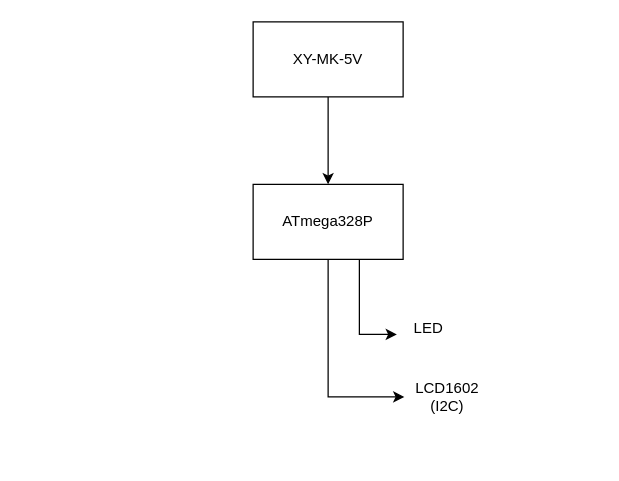
Earlier version of the draw.io diagram page "Page-5" (5 of 8) of schematy_drawio/schemat_blokowy_systemu.drawio (hanna-maliszewska/morse_communication). Source tidied: cells renumbered, new cells numbered last; positions are measured from the earlier drawing's top-left corner, leaving out a move shared by most shapes. Both pictures are drawn from the tidied source at 125%, with x=0, y=0 at pixel (252, 21).
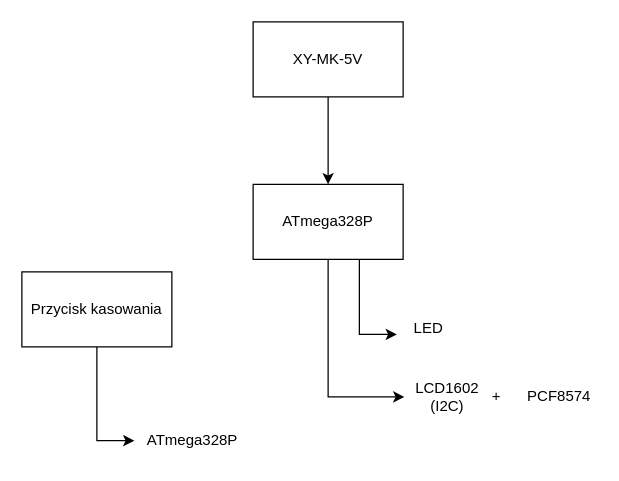
Above is the later version.

Change to the diagram source:
```diff
@@
 <mxGraphModel>
   <root>
     <mxCell id="0" />
     <mxCell id="1" parent="0" />
     <mxCell id="2" style="edgeStyle=orthogonalEdgeStyle;rounded=0;jettySize=auto;html=1;" parent="1" edge="1" source="3" target="6">
       <mxGeometry relative="1" as="geometry" />
     </mxCell>
     <mxCell id="3" value="XY-MK-5V" style="whiteSpace=wrap;html=1;" parent="1" vertex="1">
       <mxGeometry width="120" height="60" as="geometry" />
     </mxCell>
     <mxCell id="4" style="edgeStyle=orthogonalEdgeStyle;rounded=0;jettySize=auto;html=1;entryX=0.014;entryY=0.5;entryDx=0;entryDy=0;entryPerimeter=0;" parent="1" edge="1" source="6" target="8">
       <mxGeometry relative="1" as="geometry" />
     </mxCell>
     <mxCell id="5" style="edgeStyle=orthogonalEdgeStyle;rounded=0;jettySize=auto;html=1;" parent="1" edge="1" source="6">
       <mxGeometry relative="1" as="geometry">
         <mxPoint x="115" y="250" as="targetPoint" />
         <Array as="points">
           <mxPoint x="85" y="250" />
         </Array>
       </mxGeometry>
     </mxCell>
     <mxCell id="6" value="ATmega328P" style="whiteSpace=wrap;html=1;" parent="1" vertex="1">
       <mxGeometry y="130" width="120" height="60" as="geometry" />
     </mxCell>
     <mxCell id="7" value="LED" style="text;html=1;align=center;verticalAlign=middle;strokeColor=none;fillColor=none;" parent="1" vertex="1">
       <mxGeometry x="115" y="230" width="50" height="30" as="geometry" />
     </mxCell>
     <mxCell id="8" value="LCD1602&lt;br&gt;(I2C)" style="text;html=1;align=center;verticalAlign=middle;points=[];strokeColor=none;fillColor=none;" parent="1" vertex="1">
       <mxGeometry x="120" y="280" width="70" height="40" as="geometry" />
     </mxCell>
+    <mxCell id="9" value="+" style="text;html=1;whiteSpace=wrap;strokeColor=none;fillColor=none;align=center;verticalAlign=middle;rounded=0;" parent="1" vertex="1">
+      <mxGeometry x="165" y="285" width="60" height="30" as="geometry" />
+    </mxCell>
+    <mxCell id="10" value="PCF8574" style="text;html=1;whiteSpace=wrap;strokeColor=none;fillColor=none;align=center;verticalAlign=middle;rounded=0;" parent="1" vertex="1">
+      <mxGeometry x="215" y="285" width="60" height="30" as="geometry" />
+    </mxCell>
+    <mxCell id="11" style="edgeStyle=orthogonalEdgeStyle;rounded=0;jettySize=auto;html=1;exitX=0.5;exitY=1;exitDx=0;exitDy=0;entryX=0;entryY=0.5;entryDx=0;entryDy=0;" parent="1" edge="1" source="12" target="13">
+      <mxGeometry relative="1" as="geometry" />
+    </mxCell>
+    <mxCell id="12" value="Przycisk kasowania" style="whiteSpace=wrap;html=1;" parent="1" vertex="1">
+      <mxGeometry x="-185" y="200" width="120" height="60" as="geometry" />
+    </mxCell>
+    <mxCell id="13" value="&amp;nbsp;ATmega328P" style="text;html=1;whiteSpace=wrap;strokeColor=none;fillColor=none;align=center;verticalAlign=middle;rounded=0;" parent="1" vertex="1">
+      <mxGeometry x="-95" y="320" width="90" height="30" as="geometry" />
+    </mxCell>
   </root>
 </mxGraphModel>
```
